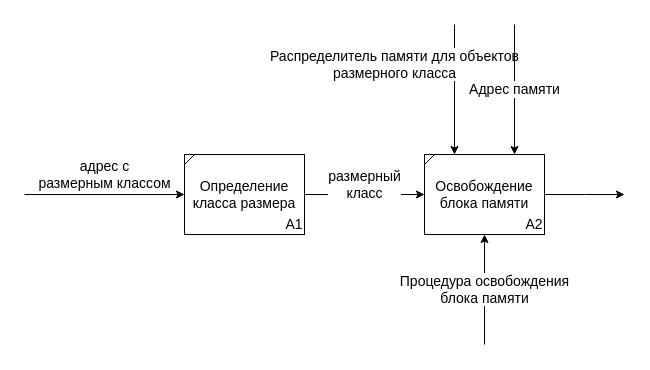
The draw.io diagram docs/charts/block-free.drawio in lieroz/masters-degree, before the edit. Source tidied: cells renumbered, new cells numbered last; positions are measured from the earlier drawing's top-left corner, leaving out a move shared by most shapes. Both pictures are drawn from the tidied source at 100%, with x=0, y=0 at pixel (24, 24).
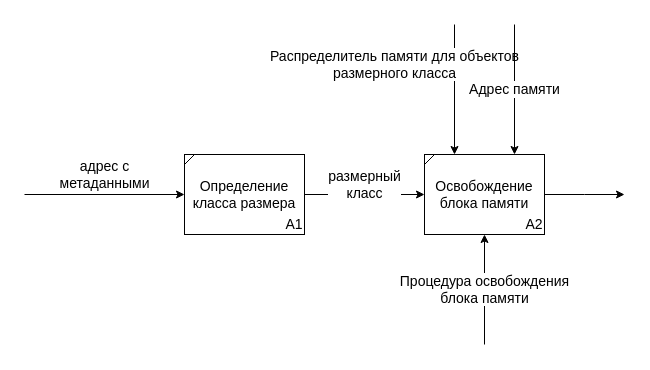
The same page after the edit.

What changed in the source:
```diff
@@
 <mxGraphModel>
   <root>
     <mxCell id="0" />
     <mxCell id="1" parent="0" />
     <mxCell id="2" value="&lt;div&gt;размерный&lt;/div&gt;&lt;div&gt;класс&lt;/div&gt;" style="edgeStyle=orthogonalEdgeStyle;rounded=0;jettySize=auto;html=1;fontSize=14;align=center;entryX=0;entryY=0.5;entryDx=0;entryDy=0;" parent="1" edge="1" source="3" target="8">
       <mxGeometry y="10" relative="1" as="geometry" />
     </mxCell>
     <mxCell id="3" value="&lt;font style=&quot;font-size: 14px&quot;&gt;Определение класса размера&lt;/font&gt;" style="rounded=0;whiteSpace=wrap;html=1;" parent="1" vertex="1">
       <mxGeometry x="160" y="130" width="120" height="80" as="geometry" />
     </mxCell>
     <mxCell id="4" style="endArrow=none;html=1;" parent="1" edge="1">
       <mxGeometry relative="1" as="geometry">
         <mxPoint x="160" y="140" as="sourcePoint" />
         <mxPoint x="170" y="130" as="targetPoint" />
       </mxGeometry>
     </mxCell>
-    <mxCell id="5" value="&lt;div&gt;адрес с&lt;/div&gt;&lt;div&gt;размерным классом&lt;/div&gt;" style="endArrow=classic;html=1;entryX=0;entryY=0.5;entryDx=0;entryDy=0;fontSize=14;align=center;verticalAlign=middle;" parent="1" edge="1" target="3">
+    <mxCell id="5" value="&lt;div&gt;адрес с&lt;/div&gt;&lt;div&gt;метаданными&lt;br&gt;&lt;/div&gt;" style="endArrow=classic;html=1;entryX=0;entryY=0.5;entryDx=0;entryDy=0;fontSize=14;align=center;verticalAlign=middle;" parent="1" edge="1" target="3">
       <mxGeometry y="20" relative="1" as="geometry">
         <mxPoint y="170" as="sourcePoint" />
       </mxGeometry>
     </mxCell>
     <mxCell id="6" value="А1" style="text;html=1;strokeColor=none;fillColor=none;align=center;verticalAlign=middle;whiteSpace=wrap;rounded=0;fontSize=14;" parent="1" vertex="1">
       <mxGeometry x="250" y="190" width="40" height="20" as="geometry" />
     </mxCell>
     <mxCell id="7" style="edgeStyle=orthogonalEdgeStyle;rounded=0;jettySize=auto;html=1;fontSize=14;align=center;" parent="1" edge="1" source="8">
       <mxGeometry relative="1" as="geometry">
         <mxPoint x="600" y="170" as="targetPoint" />
       </mxGeometry>
     </mxCell>
     <mxCell id="8" value="Освобождение блока памяти" style="rounded=0;whiteSpace=wrap;html=1;fontSize=14;" parent="1" vertex="1">
       <mxGeometry x="400" y="130" width="120" height="80" as="geometry" />
     </mxCell>
     <mxCell id="9" value="А2" style="text;html=1;strokeColor=none;fillColor=none;align=center;verticalAlign=middle;whiteSpace=wrap;rounded=0;fontSize=14;" parent="1" vertex="1">
       <mxGeometry x="490" y="190" width="40" height="20" as="geometry" />
     </mxCell>
     <mxCell id="10" style="endArrow=none;html=1;" parent="1" edge="1">
       <mxGeometry relative="1" as="geometry">
         <mxPoint x="400" y="140" as="sourcePoint" />
         <mxPoint x="410" y="130" as="targetPoint" />
       </mxGeometry>
     </mxCell>
     <mxCell id="11" value="&lt;div&gt;Распределитель памяти для объектов&lt;/div&gt;&lt;div&gt;размерного класса&lt;/div&gt;" style="endArrow=classic;html=1;fontSize=14;align=center;entryX=0.25;entryY=0;entryDx=0;entryDy=0;" parent="1" edge="1" target="8">
       <mxGeometry x="-0.38" y="-60" relative="1" as="geometry">
         <mxPoint x="430" as="sourcePoint" />
       </mxGeometry>
     </mxCell>
     <mxCell id="12" value="&lt;div&gt;Процедура освобождения&lt;/div&gt;&lt;div&gt;блока памяти&lt;/div&gt;" style="endArrow=classic;html=1;fontSize=14;align=center;entryX=0.5;entryY=1;entryDx=0;entryDy=0;" parent="1" edge="1" target="8">
       <mxGeometry relative="1" as="geometry">
         <mxPoint x="460" y="320" as="sourcePoint" />
       </mxGeometry>
     </mxCell>
     <mxCell id="13" value="Адрес памяти" style="endArrow=classic;html=1;fontSize=14;align=center;entryX=0.75;entryY=0;entryDx=0;entryDy=0;" parent="1" edge="1" target="8">
       <mxGeometry relative="1" as="geometry">
         <mxPoint x="490" as="sourcePoint" />
       </mxGeometry>
     </mxCell>
   </root>
 </mxGraphModel>
```
